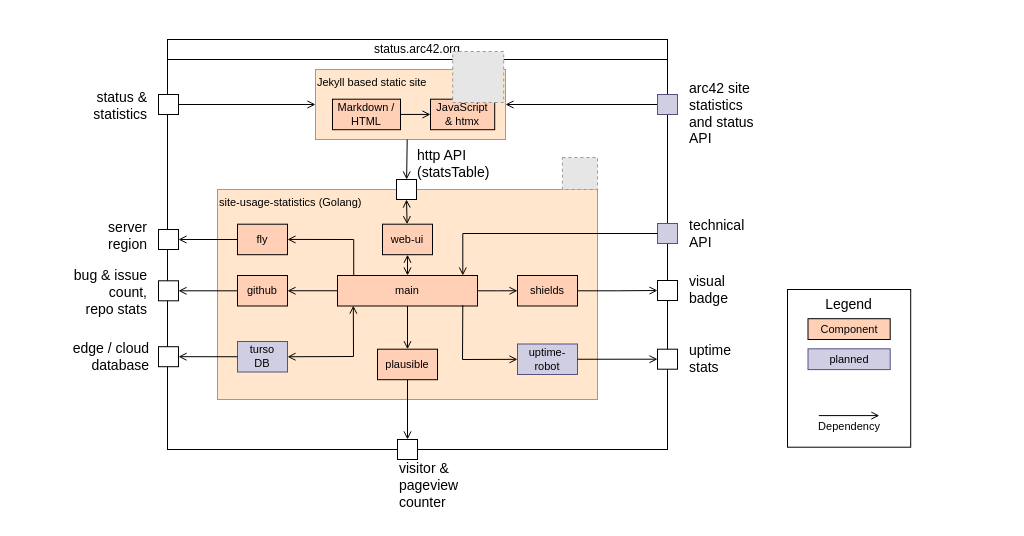
Above: docs/5-building-blocks-status-arc42-org.drawio in arc42/status.arc42.org-site (draw.io), before the change. Source tidied: cells renumbered, new cells numbered last; positions are measured from the earlier drawing's top-left corner, leaving out a move shared by most shapes. Both pictures are drawn from the tidied source at 100%, with x=0, y=0 at pixel (57, 19). Pictures stored in the file or linked from it are replaced by grey dashed boxes.
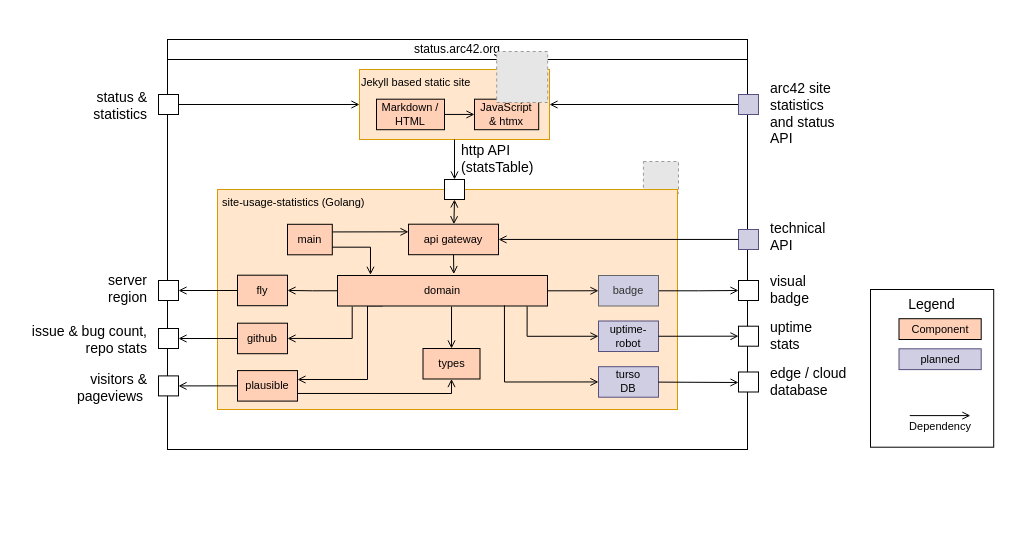
After the change.

The edit, as a diff of the source:
```diff
@@
     <mxCell id="2" style="rounded=0;whiteSpace=wrap;html=1;strokeColor=none;" parent="1" vertex="1">
-      <mxGeometry x="10" width="880" height="440" as="geometry" />
+      <mxGeometry x="-10" y="-2" width="960" height="502" as="geometry" />
     </mxCell>
     <mxCell id="3" style="rounded=0;whiteSpace=wrap;html=1;" parent="1" vertex="1">
-      <mxGeometry x="110" y="40" width="500" height="390" as="geometry" />
+      <mxGeometry x="110" y="40" width="580" height="390" as="geometry" />
     </mxCell>
+    <mxCell id="55" style="fillColor=#E6E6E6;strokeColor=#999999;dashed=1;verticalLabelPosition=bottom;labelBackgroundColor=default;verticalAlign=top;" parent="1" vertex="1">
+      <mxGeometry x="585.9" y="142" width="35.1" height="32" as="geometry" />
+    </mxCell>
     <mxCell id="4" style="whiteSpace=wrap;html=1;" parent="1" vertex="1">
-      <mxGeometry x="600" y="261" width="20" height="20" as="geometry" />
+      <mxGeometry x="681" y="261" width="20" height="20" as="geometry" />
     </mxCell>
@@
     <mxCell id="6" style="whiteSpace=wrap;html=1;fillColor=#d0cee2;strokeColor=#56517e;" parent="1" vertex="1">
-      <mxGeometry x="600" y="75" width="20" height="20" as="geometry" />
+      <mxGeometry x="681" y="75" width="20" height="20" as="geometry" />
     </mxCell>
     <mxCell id="7" style="whiteSpace=wrap;html=1;" parent="1" vertex="1">
-      <mxGeometry x="101" y="261.3" width="20" height="20" as="geometry" />
+      <mxGeometry x="101" y="309" width="20" height="20" as="geometry" />
     </mxCell>
     <mxCell id="8" style="whiteSpace=wrap;html=1;" parent="1" vertex="1">
-      <mxGeometry x="101" y="210" width="20" height="20" as="geometry" />
+      <mxGeometry x="101" y="261" width="20" height="20" as="geometry" />
     </mxCell>
-    <mxCell id="9" value="&lt;font style=&quot;font-size: 14px;&quot;&gt;bug &amp;amp; issue&lt;br&gt;count,&lt;br&gt;repo stats&lt;br&gt;&lt;/font&gt;" style="text;html=1;strokeColor=none;fillColor=none;align=right;verticalAlign=middle;whiteSpace=wrap;rounded=0;fontSize=14;fontFamily=Mark Pro;" parent="1" vertex="1">
-      <mxGeometry y="258.5" width="91.6" height="28" as="geometry" />
+    <mxCell id="9" value="&lt;font style=&quot;font-size: 14px;&quot;&gt;issue &amp;amp; bug count,&lt;br&gt;repo stats&lt;br&gt;&lt;/font&gt;" style="text;html=1;strokeColor=none;fillColor=none;align=right;verticalAlign=middle;whiteSpace=wrap;rounded=0;fontSize=14;fontFamily=Mark Pro;" parent="1" vertex="1">
+      <mxGeometry x="-40" y="306" width="131.6" height="28" as="geometry" />
     </mxCell>
     <mxCell id="10" value="&lt;font style=&quot;font-size: 14px;&quot;&gt;server&lt;br&gt;region&lt;br&gt;&lt;/font&gt;" style="text;html=1;strokeColor=none;fillColor=none;align=right;verticalAlign=middle;whiteSpace=wrap;rounded=0;fontSize=14;fontFamily=Mark Pro;" parent="1" vertex="1">
-      <mxGeometry x="30" y="202" width="61.6" height="28" as="geometry" />
+      <mxGeometry x="30" y="255" width="61.6" height="28" as="geometry" />
     </mxCell>
     <mxCell id="11" value="&lt;font style=&quot;font-size: 14px;&quot;&gt;visual&lt;br&gt;badge&lt;br&gt;&lt;/font&gt;" style="text;html=1;strokeColor=none;fillColor=none;align=left;verticalAlign=middle;whiteSpace=wrap;rounded=0;fontSize=14;fontFamily=Mark Pro;" parent="1" vertex="1">
-      <mxGeometry x="630" y="256" width="61.6" height="28" as="geometry" />
+      <mxGeometry x="711" y="256" width="61.6" height="28" as="geometry" />
     </mxCell>
-    <mxCell id="12" value="&lt;font style=&quot;font-size: 14px;&quot;&gt;visitor &amp;amp;&lt;br&gt;pageview&amp;nbsp;&lt;br&gt;counter&lt;br&gt;&lt;/font&gt;" style="text;html=1;strokeColor=none;fillColor=none;align=left;verticalAlign=middle;whiteSpace=wrap;rounded=0;fontSize=14;fontFamily=Mark Pro;" parent="1" vertex="1">
-      <mxGeometry x="340" y="452" width="91.6" height="28" as="geometry" />
+    <mxCell id="12" value="&lt;font style=&quot;font-size: 14px;&quot;&gt;visitors &amp;amp;&lt;br&gt;pageviews&amp;nbsp;&lt;br&gt;&lt;/font&gt;" style="text;html=1;strokeColor=none;fillColor=none;align=right;verticalAlign=middle;whiteSpace=wrap;rounded=0;fontSize=14;fontFamily=Mark Pro;" parent="1" vertex="1">
+      <mxGeometry y="353.6" width="91.6" height="28" as="geometry" />
     </mxCell>
@@
     <mxCell id="16" value="&lt;font style=&quot;font-size: 14px;&quot;&gt;arc42 site statistics&lt;br&gt;and status&lt;br&gt;API&lt;br&gt;&lt;/font&gt;" style="text;html=1;strokeColor=none;fillColor=none;align=left;verticalAlign=middle;whiteSpace=wrap;rounded=0;fontSize=14;fontFamily=Mark Pro;" parent="1" vertex="1">
-      <mxGeometry x="630" y="79.7" width="91.6" height="28" as="geometry" />
+      <mxGeometry x="711" y="79.7" width="91.6" height="28" as="geometry" />
     </mxCell>
     <mxCell id="17" value="Jekyll based static site" style="rounded=0;whiteSpace=wrap;html=1;fontFamily=Mark Pro;fontSize=11;fillColor=#ffe6cc;strokeColor=#d79b00;align=left;verticalAlign=top;" parent="1" vertex="1">
-      <mxGeometry x="258" y="50" width="190" height="70" as="geometry" />
+      <mxGeometry x="302" y="50" width="190" height="70" as="geometry" />
     </mxCell>
     <mxCell id="18" value="status.arc42.org" style="rounded=0;whiteSpace=wrap;html=1;" parent="1" vertex="1">
-      <mxGeometry x="110" y="20" width="500" height="20" as="geometry" />
+      <mxGeometry x="110" y="20" width="580" height="20" as="geometry" />
     </mxCell>
-    <mxCell id="19" value="site-usage-statistics (Golang)" style="rounded=0;whiteSpace=wrap;html=1;fontFamily=Mark Pro;fontSize=11;fillColor=#ffe6cc;strokeColor=#d79b00;verticalAlign=top;align=left;" parent="1" vertex="1">
-      <mxGeometry x="160" y="170" width="380" height="210" as="geometry" />
+    <mxCell id="19" value="&amp;nbsp;site-usage-statistics (Golang)" style="rounded=0;whiteSpace=wrap;html=1;fontFamily=Mark Pro;fontSize=11;fillColor=#ffe6cc;strokeColor=#d79b00;verticalAlign=top;align=left;" parent="1" vertex="1">
+      <mxGeometry x="160" y="170" width="460" height="220" as="geometry" />
     </mxCell>
-    <mxCell id="20" style="rounded=0;jettySize=auto;html=1;entryX=0.5;entryY=0;entryDx=0;entryDy=0;endArrow=open;endFill=0;" parent="1" edge="1" source="21" target="32">
+    <mxCell id="20" style="rounded=0;jettySize=auto;html=1;entryX=1;entryY=0.5;entryDx=0;entryDy=0;endArrow=open;endFill=0;" parent="1" edge="1" source="21" target="32">
       <mxGeometry relative="1" as="geometry" />
     </mxCell>
     <mxCell id="21" value="plausible" style="rounded=0;whiteSpace=wrap;html=1;fontFamily=Mark Pro;fontSize=11;fillColor=#FFCFB6;" parent="1" vertex="1">
-      <mxGeometry x="320" y="329.7" width="60" height="30.5" as="geometry" />
+      <mxGeometry x="180" y="351.1" width="60" height="30.5" as="geometry" />
     </mxCell>
-    <mxCell id="22" style="rounded=0;jettySize=auto;html=1;endArrow=open;endFill=0;" parent="1" edge="1" source="64">
-      <mxGeometry relative="1" as="geometry">
-        <mxPoint x="349.6" y="171" as="targetPoint" />
-      </mxGeometry>
-    </mxCell>
     <mxCell id="23" value="&lt;font style=&quot;font-size: 14px;&quot;&gt;http API&lt;br&gt;(statsTable)&lt;br&gt;&lt;/font&gt;" style="text;html=1;strokeColor=none;fillColor=none;align=left;verticalAlign=middle;whiteSpace=wrap;rounded=0;fontSize=14;fontFamily=Mark Pro;" parent="1" vertex="1">
-      <mxGeometry x="358.4" y="130" width="91.6" height="28" as="geometry" />
+      <mxGeometry x="402.3" y="125" width="91.6" height="28" as="geometry" />
     </mxCell>
@@
     <mxCell id="25" value="github" style="rounded=0;whiteSpace=wrap;html=1;fontFamily=Mark Pro;fontSize=11;fillColor=#FFCFB6;" parent="1" vertex="1">
-      <mxGeometry x="180" y="256" width="50" height="30.5" as="geometry" />
+      <mxGeometry x="180" y="303.7" width="50" height="30.5" as="geometry" />
     </mxCell>
-    <mxCell id="26" style="rounded=0;jettySize=auto;html=1;exitX=0.116;exitY=-0.016;exitDx=0;exitDy=0;exitPerimeter=0;entryX=1;entryY=0.5;entryDx=0;entryDy=0;edgeStyle=orthogonalEdgeStyle;endArrow=open;endFill=0;" parent="1" edge="1" source="29" target="31">
+    <mxCell id="26" style="rounded=0;jettySize=auto;html=1;exitX=0;exitY=0.5;exitDx=0;exitDy=0;entryX=1;entryY=0.5;entryDx=0;entryDy=0;edgeStyle=orthogonalEdgeStyle;endArrow=open;endFill=0;" parent="1" edge="1" source="29" target="31">
       <mxGeometry relative="1" as="geometry" />
     </mxCell>
-    <mxCell id="27" style="edgeStyle=orthogonalEdgeStyle;rounded=0;jettySize=auto;html=1;exitX=0.5;exitY=1;exitDx=0;exitDy=0;endArrow=open;endFill=0;" parent="1" edge="1" source="29" target="21">
-      <mxGeometry relative="1" as="geometry" />
+    <mxCell id="27" style="edgeStyle=orthogonalEdgeStyle;rounded=0;jettySize=auto;html=1;exitX=0.216;exitY=0.996;exitDx=0;exitDy=0;endArrow=open;endFill=0;exitPerimeter=0;" parent="1" edge="1" source="29" target="21">
+      <mxGeometry relative="1" as="geometry">
+        <Array as="points">
+          <mxPoint x="310" y="360" />
+        </Array>
+      </mxGeometry>
     </mxCell>
@@
-    <mxCell id="29" value="main" style="rounded=0;whiteSpace=wrap;html=1;fontFamily=Mark Pro;fontSize=11;fillColor=#FFCFB6;" parent="1" vertex="1">
-      <mxGeometry x="280" y="256" width="140" height="30.5" as="geometry" />
+    <mxCell id="29" value="domain" style="rounded=0;whiteSpace=wrap;html=1;fontFamily=Mark Pro;fontSize=11;fillColor=#FFCFB6;" parent="1" vertex="1">
+      <mxGeometry x="280" y="256" width="210" height="30.5" as="geometry" />
     </mxCell>
@@
     <mxCell id="31" value="fly" style="rounded=0;whiteSpace=wrap;html=1;fontFamily=Mark Pro;fontSize=11;fillColor=#FFCFB6;" parent="1" vertex="1">
-      <mxGeometry x="180" y="204.7" width="50" height="30.5" as="geometry" />
+      <mxGeometry x="180" y="255.7" width="50" height="30.5" as="geometry" />
     </mxCell>
     <mxCell id="32" style="whiteSpace=wrap;html=1;" parent="1" vertex="1">
-      <mxGeometry x="340" y="420" width="20" height="20" as="geometry" />
+      <mxGeometry x="101" y="356.4" width="20" height="20" as="geometry" />
     </mxCell>
-    <mxCell id="33" style="rounded=0;jettySize=auto;html=1;exitX=0;exitY=0.5;exitDx=0;exitDy=0;entryX=1;entryY=0.5;entryDx=0;entryDy=0;endArrow=open;endFill=0;" parent="1" edge="1" source="29" target="25">
+    <mxCell id="33" style="rounded=0;jettySize=auto;html=1;entryX=1;entryY=0.5;entryDx=0;entryDy=0;endArrow=open;endFill=0;exitX=0.07;exitY=1.02;exitDx=0;exitDy=0;exitPerimeter=0;edgeStyle=orthogonalEdgeStyle;" parent="1" edge="1" source="29" target="25">
       <mxGeometry relative="1" as="geometry" />
     </mxCell>
@@
-    <mxCell id="35" value="shields" style="rounded=0;whiteSpace=wrap;html=1;fontFamily=Mark Pro;fontSize=11;fillColor=#FFCFB6;" parent="1" vertex="1">
-      <mxGeometry x="460" y="256" width="60" height="30.5" as="geometry" />
+    <mxCell id="35" value="badge" style="rounded=0;whiteSpace=wrap;html=1;fontFamily=Mark Pro;fontSize=11;fillColor=#D0CEE2;strokeColor=#666666;fontColor=#333333;" parent="1" vertex="1">
+      <mxGeometry x="541" y="256" width="60" height="30.5" as="geometry" />
     </mxCell>
     <mxCell id="36" style="whiteSpace=wrap;html=1;fillColor=#d0cee2;strokeColor=#56517e;" parent="1" vertex="1">
-      <mxGeometry x="600" y="204" width="20" height="20" as="geometry" />
+      <mxGeometry x="681" y="210" width="20" height="20" as="geometry" />
     </mxCell>
     <mxCell id="37" value="&lt;font style=&quot;font-size: 14px;&quot;&gt;technical&lt;br&gt;API&lt;br&gt;&lt;/font&gt;" style="text;html=1;strokeColor=none;fillColor=none;align=left;verticalAlign=middle;whiteSpace=wrap;rounded=0;fontSize=14;fontFamily=Mark Pro;" parent="1" vertex="1">
-      <mxGeometry x="630" y="200" width="61.6" height="28" as="geometry" />
+      <mxGeometry x="711" y="203" width="61.6" height="28" as="geometry" />
     </mxCell>
-    <mxCell id="38" style="edgeStyle=orthogonalEdgeStyle;rounded=0;jettySize=auto;html=1;entryX=0.895;entryY=0;entryDx=0;entryDy=0;entryPerimeter=0;endArrow=open;endFill=0;" parent="1" edge="1" source="36" target="29">
+    <mxCell id="38" style="edgeStyle=orthogonalEdgeStyle;rounded=0;jettySize=auto;html=1;entryX=1;entryY=0.5;entryDx=0;entryDy=0;endArrow=open;endFill=0;" parent="1" edge="1" source="36" target="53">
       <mxGeometry relative="1" as="geometry" />
     </mxCell>
     <mxCell id="39" value="JavaScript&lt;br&gt;&amp;amp; htmx" style="rounded=0;whiteSpace=wrap;html=1;fontFamily=Mark Pro;fontSize=11;fillColor=#FFCFB6;" parent="1" vertex="1">
-      <mxGeometry x="373" y="79.7" width="64.2" height="30.5" as="geometry" />
+      <mxGeometry x="417" y="79.7" width="64.2" height="30.5" as="geometry" />
     </mxCell>
@@
     <mxCell id="41" value="Markdown / HTML" style="rounded=0;whiteSpace=wrap;html=1;fontFamily=Mark Pro;fontSize=11;fillColor=#FFCFB6;" parent="1" vertex="1">
-      <mxGeometry x="275" y="79.7" width="68" height="30.5" as="geometry" />
+      <mxGeometry x="319" y="79.7" width="68" height="30.5" as="geometry" />
     </mxCell>
-    <mxCell id="42" style="rounded=0;jettySize=auto;html=1;endArrow=open;endFill=0;exitX=0.895;exitY=0.973;exitDx=0;exitDy=0;exitPerimeter=0;" parent="1" edge="1" source="29" target="43">
-      <mxGeometry relative="1" as="geometry">
-        <Array as="points">
-          <mxPoint x="405" y="340" />
-        </Array>
-      </mxGeometry>
+    <mxCell id="42" style="rounded=0;jettySize=auto;html=1;endArrow=open;endFill=0;exitX=0.903;exitY=1.014;exitDx=0;exitDy=0;exitPerimeter=0;edgeStyle=orthogonalEdgeStyle;entryX=0;entryY=0.5;entryDx=0;entryDy=0;" parent="1" edge="1" source="29" target="43">
+      <mxGeometry relative="1" as="geometry" />
     </mxCell>
-    <mxCell id="43" value="uptime-&lt;br&gt;robot" style="rounded=0;whiteSpace=wrap;html=1;fontFamily=Mark Pro;fontSize=11;fillColor=#d0cee2;strokeColor=#56517e;" parent="1" vertex="1">
-      <mxGeometry x="460" y="324.5" width="60" height="30.5" as="geometry" />
+    <mxCell id="43" value="uptime-&lt;br&gt;robot" style="rounded=0;whiteSpace=wrap;html=1;fontFamily=Mark Pro;fontSize=11;fillColor=#D0CEE2;strokeColor=#56517e;" parent="1" vertex="1">
+      <mxGeometry x="541" y="301.5" width="60" height="30.5" as="geometry" />
     </mxCell>
     <mxCell id="44" style="whiteSpace=wrap;html=1;" parent="1" vertex="1">
-      <mxGeometry x="600" y="329.7" width="20" height="20" as="geometry" />
+      <mxGeometry x="681" y="306.7" width="20" height="20" as="geometry" />
     </mxCell>
     <mxCell id="45" value="&lt;font style=&quot;font-size: 14px;&quot;&gt;uptime&lt;br&gt;stats&lt;br&gt;&lt;/font&gt;" style="text;html=1;strokeColor=none;fillColor=none;align=left;verticalAlign=middle;whiteSpace=wrap;rounded=0;fontSize=14;fontFamily=Mark Pro;" parent="1" vertex="1">
-      <mxGeometry x="630" y="324.5" width="91.6" height="28" as="geometry" />
+      <mxGeometry x="711" y="301.5" width="91.6" height="28" as="geometry" />
     </mxCell>
@@
     <mxCell id="47" value="turso&lt;br&gt;DB" style="rounded=0;whiteSpace=wrap;html=1;fontFamily=Mark Pro;fontSize=11;fillColor=#d0cee2;strokeColor=#56517e;" parent="1" vertex="1">
-      <mxGeometry x="180" y="322" width="50" height="30.5" as="geometry" />
+      <mxGeometry x="541" y="347.2" width="60" height="30.5" as="geometry" />
     </mxCell>
-    <mxCell id="48" style="rounded=0;jettySize=auto;html=1;exitX=0.113;exitY=0.987;exitDx=0;exitDy=0;entryX=1;entryY=0.5;entryDx=0;entryDy=0;exitPerimeter=0;startArrow=open;startFill=0;endArrow=open;endFill=0;" parent="1" edge="1" source="29" target="47">
-      <mxGeometry relative="1" as="geometry">
-        <Array as="points">
-          <mxPoint x="296" y="337" />
-        </Array>
-      </mxGeometry>
-    </mxCell>
     <mxCell id="49" style="whiteSpace=wrap;html=1;" parent="1" vertex="1">
-      <mxGeometry x="101" y="327.2" width="20" height="20" as="geometry" />
+      <mxGeometry x="681" y="352.5" width="20" height="20" as="geometry" />
     </mxCell>
-    <mxCell id="50" style="rounded=0;jettySize=auto;html=1;entryX=1;entryY=0.5;entryDx=0;entryDy=0;endArrow=open;endFill=0;" parent="1" edge="1" source="47" target="49">
-      <mxGeometry relative="1" as="geometry" />
+    <mxCell id="50" style="rounded=0;jettySize=auto;html=1;endArrow=open;endFill=0;" parent="1" edge="1" source="47">
+      <mxGeometry relative="1" as="geometry">
+        <mxPoint x="681" y="363" as="targetPoint" />
+      </mxGeometry>
     </mxCell>
-    <mxCell id="51" value="&lt;font style=&quot;font-size: 14px;&quot;&gt;edge / cloud&lt;br&gt;database&lt;br&gt;&lt;/font&gt;" style="text;html=1;strokeColor=none;fillColor=none;align=right;verticalAlign=middle;whiteSpace=wrap;rounded=0;fontSize=14;fontFamily=Mark Pro;" parent="1" vertex="1">
-      <mxGeometry x="2" y="317.7" width="91.6" height="38.3" as="geometry" />
+    <mxCell id="51" value="&lt;font style=&quot;font-size: 14px;&quot;&gt;edge / cloud&lt;br&gt;database&lt;br&gt;&lt;/font&gt;" style="text;html=1;strokeColor=none;fillColor=none;align=left;verticalAlign=middle;whiteSpace=wrap;rounded=0;fontSize=14;fontFamily=Mark Pro;" parent="1" vertex="1">
+      <mxGeometry x="711" y="343.3" width="91.6" height="38.3" as="geometry" />
     </mxCell>
@@
-    <mxCell id="53" value="web-ui" style="rounded=0;whiteSpace=wrap;html=1;fontFamily=Mark Pro;fontSize=11;fillColor=#FFCFB6;" parent="1" vertex="1">
-      <mxGeometry x="325" y="204.7" width="50" height="30.5" as="geometry" />
+    <mxCell id="53" value="api gateway" style="rounded=0;whiteSpace=wrap;html=1;fontFamily=Mark Pro;fontSize=11;fillColor=#FFCFB6;" parent="1" vertex="1">
+      <mxGeometry x="351" y="204.7" width="90" height="30.5" as="geometry" />
     </mxCell>
-    <mxCell id="54" style="edgeStyle=orthogonalEdgeStyle;rounded=0;jettySize=auto;html=1;exitX=0.5;exitY=0;exitDx=0;exitDy=0;endArrow=open;endFill=0;entryX=0.5;entryY=1;entryDx=0;entryDy=0;startArrow=open;startFill=0;" parent="1" edge="1" source="29" target="53">
-      <mxGeometry relative="1" as="geometry" />
-    </mxCell>
-    <mxCell id="55" style="fillColor=#E6E6E6;strokeColor=#999999;dashed=1;verticalLabelPosition=bottom;labelBackgroundColor=default;verticalAlign=top;" parent="1" vertex="1">
-      <mxGeometry x="504.9" y="138" width="35.1" height="32" as="geometry" />
-    </mxCell>
     <mxCell id="56" style="fillColor=#E6E6E6;strokeColor=#999999;dashed=1;verticalLabelPosition=bottom;labelBackgroundColor=default;verticalAlign=top;" parent="1" vertex="1">
-      <mxGeometry x="395.2" y="32" width="51" height="51" as="geometry" />
+      <mxGeometry x="439.2" y="32" width="51" height="51" as="geometry" />
     </mxCell>
     <mxCell id="57" value="Legend" style="rounded=0;whiteSpace=wrap;html=1;fontFamily=Mark Pro;fontSize=14;verticalAlign=top;" parent="1" vertex="1">
-      <mxGeometry x="730" y="270" width="123.2" height="157.7" as="geometry" />
+      <mxGeometry x="813" y="270" width="123.2" height="157.7" as="geometry" />
     </mxCell>
     <mxCell id="58" value="Component" style="rounded=0;whiteSpace=wrap;html=1;fontFamily=Mark Pro;fontSize=11;fillColor=#FFCFB6;" parent="1" vertex="1">
-      <mxGeometry x="750.5" y="299.2" width="82.2" height="20.8" as="geometry" />
+      <mxGeometry x="841.5" y="299.2" width="82.2" height="20.8" as="geometry" />
     </mxCell>
     <mxCell id="59" style="group;" parent="1" vertex="1">
-      <mxGeometry x="760.8" y="392" width="61.6" height="30.5" as="geometry" />
+      <mxGeometry x="851.8" y="392" width="61.6" height="30.5" as="geometry" />
     </mxCell>
@@
     <mxCell id="62" value="planned" style="rounded=0;whiteSpace=wrap;html=1;fontFamily=Mark Pro;fontSize=11;fillColor=#d0cee2;strokeColor=#56517e;" parent="1" vertex="1">
-      <mxGeometry x="750.5" y="329.3" width="82.2" height="20.8" as="geometry" />
+      <mxGeometry x="841.5" y="329.3" width="82.2" height="20.8" as="geometry" />
     </mxCell>
-    <mxCell id="63" style="rounded=0;jettySize=auto;html=1;endArrow=open;endFill=0;" parent="1" edge="1" target="64">
-      <mxGeometry relative="1" as="geometry">
-        <mxPoint x="349.7" y="120" as="sourcePoint" />
-      </mxGeometry>
+    <mxCell id="63" style="rounded=0;jettySize=auto;html=1;endArrow=open;endFill=0;exitX=0.5;exitY=1;exitDx=0;exitDy=0;" parent="1" edge="1" source="17" target="64">
+      <mxGeometry relative="1" as="geometry" />
     </mxCell>
     <mxCell id="64" style="whiteSpace=wrap;html=1;" parent="1" vertex="1">
-      <mxGeometry x="339" y="160" width="20" height="20" as="geometry" />
+      <mxGeometry x="387" y="160" width="20" height="20" as="geometry" />
     </mxCell>
+    <mxCell id="65" style="rounded=0;jettySize=auto;html=1;entryX=0;entryY=0.25;entryDx=0;entryDy=0;endArrow=open;endFill=0;exitX=1;exitY=0.25;exitDx=0;exitDy=0;" parent="1" edge="1" source="66" target="53">
+      <mxGeometry relative="1" as="geometry" />
+    </mxCell>
+    <mxCell id="66" value="main" style="rounded=0;whiteSpace=wrap;html=1;fontFamily=Mark Pro;fontSize=11;fillColor=#FFCFB6;" parent="1" vertex="1">
+      <mxGeometry x="230" y="204.8" width="44.8" height="30.5" as="geometry" />
+    </mxCell>
+    <mxCell id="67" style="rounded=0;jettySize=auto;html=1;exitX=1;exitY=0.75;exitDx=0;exitDy=0;entryX=0.157;entryY=-0.023;entryDx=0;entryDy=0;edgeStyle=orthogonalEdgeStyle;endArrow=open;endFill=0;entryPerimeter=0;" parent="1" edge="1" source="66" target="29">
+      <mxGeometry relative="1" as="geometry" />
+    </mxCell>
+    <mxCell id="68" value="types" style="rounded=0;whiteSpace=wrap;html=1;fontFamily=Mark Pro;fontSize=11;fillColor=#FFCFB6;" parent="1" vertex="1">
+      <mxGeometry x="365.5" y="329" width="57" height="30.5" as="geometry" />
+    </mxCell>
+    <mxCell id="69" style="rounded=0;jettySize=auto;html=1;exitX=0.5;exitY=1;exitDx=0;exitDy=0;endArrow=open;endFill=0;entryX=0.554;entryY=-0.046;entryDx=0;entryDy=0;entryPerimeter=0;" parent="1" edge="1" source="53" target="29">
+      <mxGeometry relative="1" as="geometry" />
+    </mxCell>
+    <mxCell id="70" style="rounded=0;jettySize=auto;html=1;endArrow=open;endFill=0;entryX=0.5;entryY=0;entryDx=0;entryDy=0;exitX=0.543;exitY=1.02;exitDx=0;exitDy=0;exitPerimeter=0;" parent="1" edge="1" source="29" target="68">
+      <mxGeometry relative="1" as="geometry" />
+    </mxCell>
+    <mxCell id="71" style="rounded=0;jettySize=auto;html=1;exitX=1;exitY=0.75;exitDx=0;exitDy=0;endArrow=open;endFill=0;entryX=0.5;entryY=1;entryDx=0;entryDy=0;edgeStyle=orthogonalEdgeStyle;" parent="1" edge="1" source="21" target="68">
+      <mxGeometry relative="1" as="geometry">
+        <Array as="points">
+          <mxPoint x="394" y="374" />
+        </Array>
+      </mxGeometry>
+    </mxCell>
+    <mxCell id="48" style="rounded=0;jettySize=auto;html=1;endArrow=open;endFill=0;exitX=0.795;exitY=0.981;exitDx=0;exitDy=0;exitPerimeter=0;entryX=0;entryY=0.5;entryDx=0;entryDy=0;edgeStyle=orthogonalEdgeStyle;" parent="1" edge="1" source="29" target="47">
+      <mxGeometry relative="1" as="geometry" />
+    </mxCell>
```
